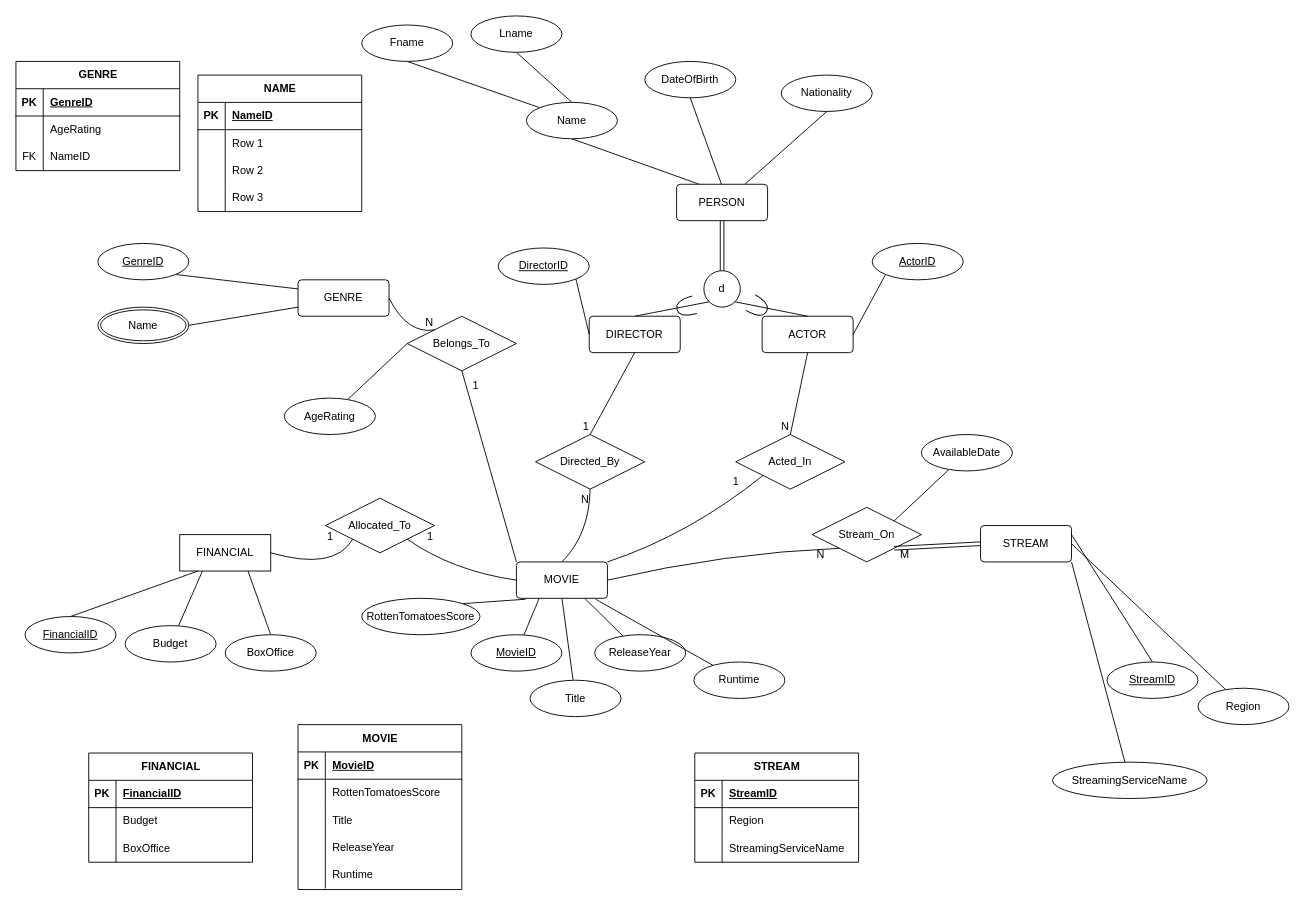
Above: MovieBaseEER.drawio in miguelTrC/MovieBaseDB (draw.io), before the change. Source tidied: cells renumbered, new cells numbered last; positions are measured from the earlier drawing's top-left corner, leaving out a move shared by most shapes. Both pictures are drawn from the tidied source at 91%, with x=0, y=0 at pixel (15, 15).
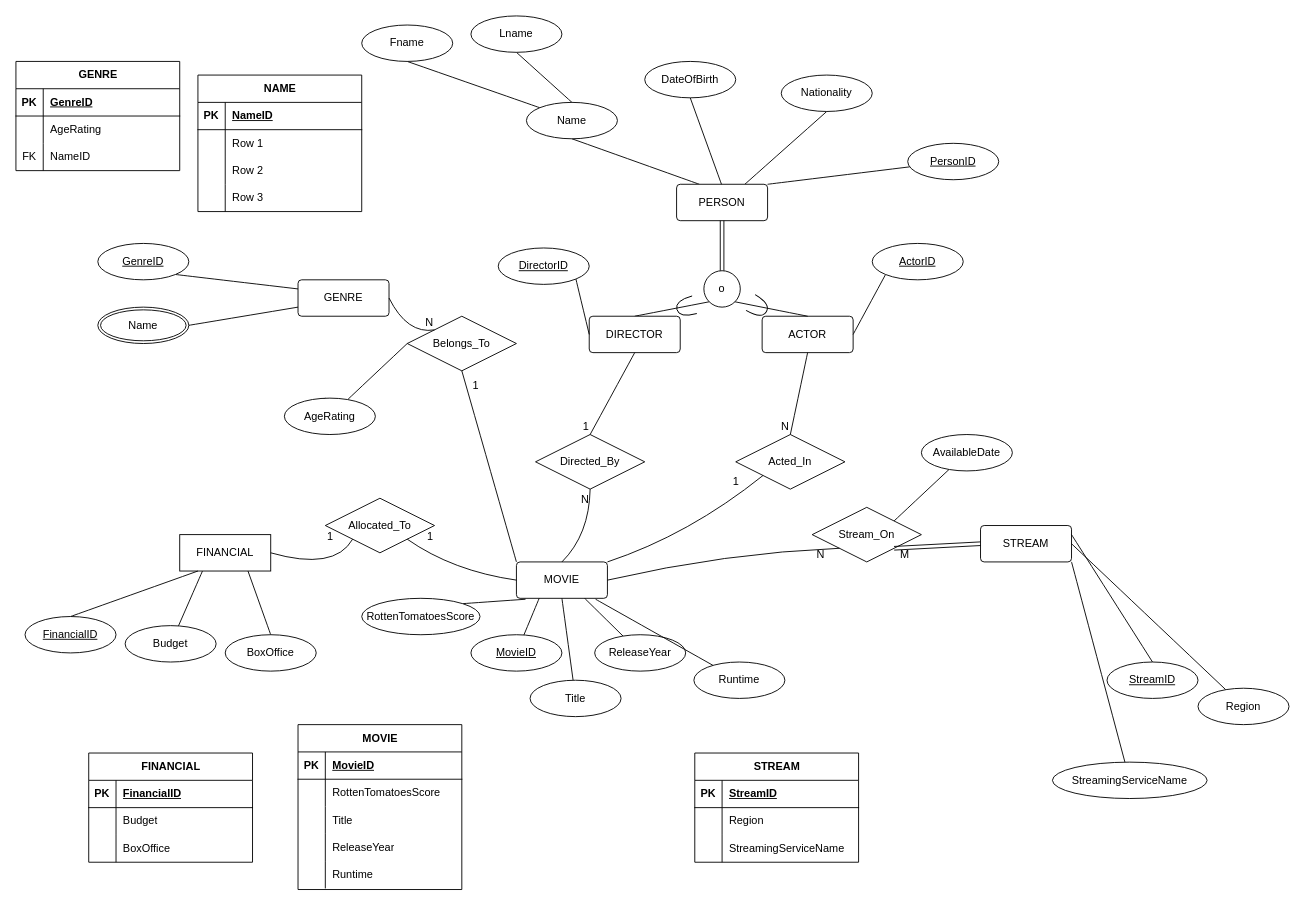
After the change.

The change refers to these unchanged cells:
```xml
<mxCell id="10" value="PERSON" style="rounded=1;arcSize=10;whiteSpace=wrap;html=1;align=center;" parent="1" vertex="1">
  <mxGeometry x="726" y="185" width="100" height="40" as="geometry" />
</mxCell>
```

Change to the diagram source:
```diff
@@
-    <mxCell id="48" value="d" style="ellipse;whiteSpace=wrap;html=1;" parent="1" vertex="1">
+    <mxCell id="48" value="o" style="ellipse;whiteSpace=wrap;html=1;" parent="1" vertex="1">
       <mxGeometry x="756" y="280" width="40" height="40" as="geometry" />
     </mxCell>
@@
+    <mxCell id="145" style="endArrow=none;html=1;rounded=0;fontSize=12;startSize=8;endSize=8;curved=1;exitX=1;exitY=0;exitDx=0;exitDy=0;" parent="1" edge="1" source="10" target="146">
+      <mxGeometry relative="1" as="geometry" />
+    </mxCell>
+    <mxCell id="146" value="PersonID" style="ellipse;whiteSpace=wrap;html=1;align=center;fontStyle=4;" parent="1" vertex="1">
+      <mxGeometry x="980" y="140" width="100" height="40" as="geometry" />
+    </mxCell>
```
